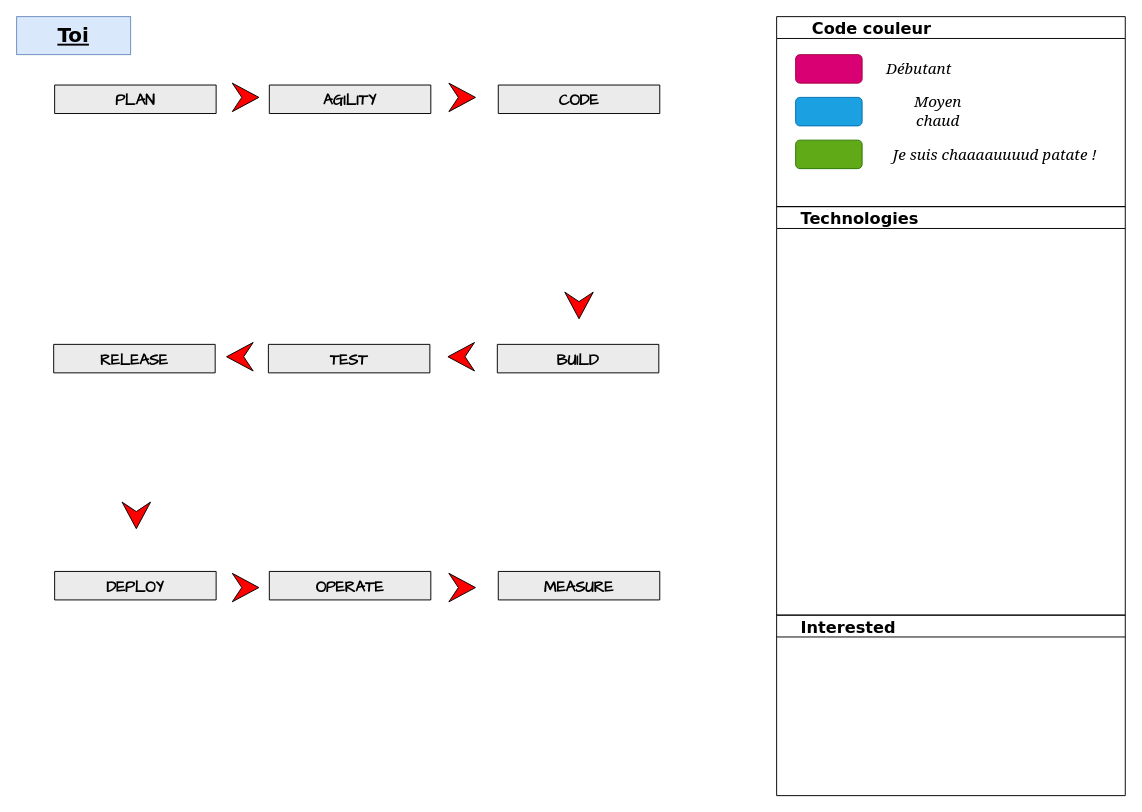
Before: skills.drawio in teolia/TeoSchool_skills, a draw.io diagram. Source tidied: cells renumbered, new cells numbered last; positions are measured from the earlier drawing's top-left corner, leaving out a move shared by most shapes. Both pictures are drawn from the tidied source at 95%, with x=0, y=0 at pixel (16, 16).
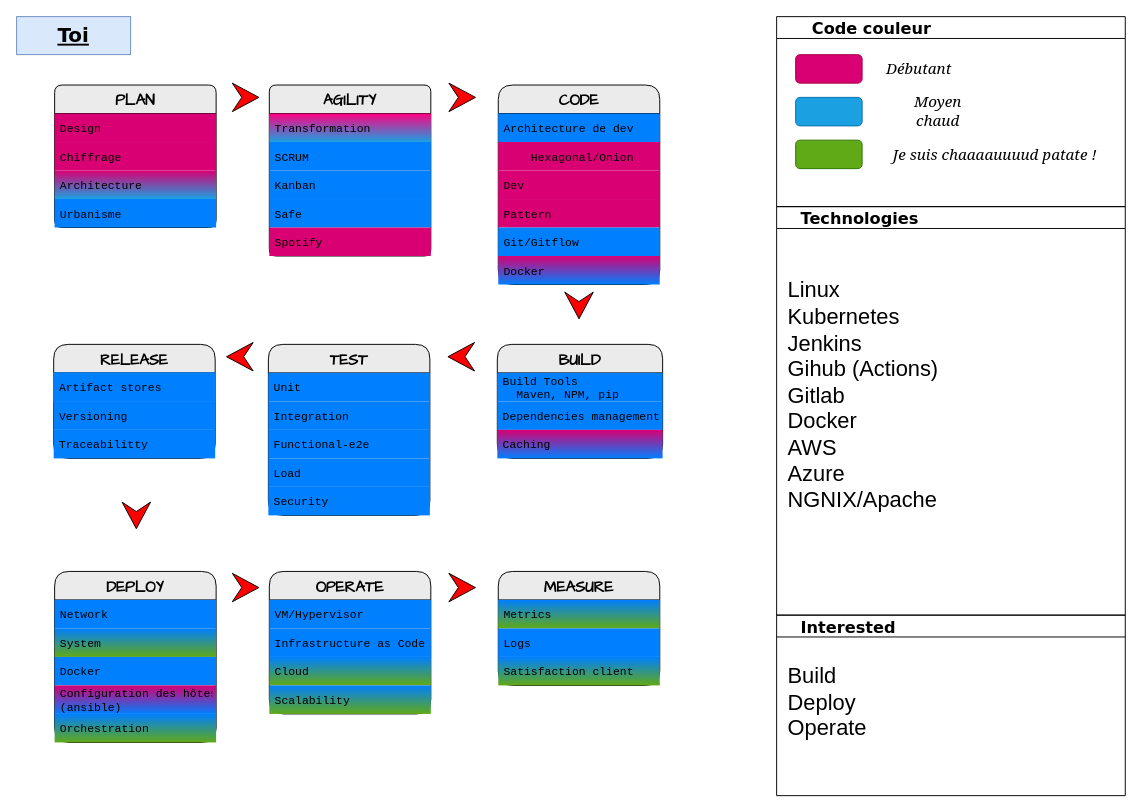
After the change.

Commit message:
Mettre à jour skills.drawio

Unchanged cells that the change refers to:
```xml
<mxCell id="27" value="    Technologies" style="swimlane;rounded=0;labelBackgroundColor=none;sketch=0;fontFamily=Verdana;fontSize=17;fontColor=#000000;fillColor=none;align=left;" parent="1" vertex="1">
  <mxGeometry x="800" y="200" width="367" height="430" as="geometry" />
</mxCell>
<mxCell id="28" value="    Interested" style="swimlane;rounded=0;labelBackgroundColor=none;sketch=0;fontFamily=Verdana;fontSize=17;fontColor=#000000;fillColor=none;align=left;" parent="1" vertex="1">
  <mxGeometry x="800" y="630" width="367" height="190" as="geometry" />
</mxCell>
```

Diff of the diagram source:
```diff
@@
-    <mxCell id="3" value="PLAN" style="swimlane;fontStyle=1;horizontal=1;startSize=30;fontFamily=Comic Sans MS;rounded=1;arcSize=9;labelBackgroundColor=none;fillColor=#EBEBEB;fontSize=16;" parent="1" vertex="1" collapsed="1">
-      <mxGeometry x="40" y="72" width="170" height="30" as="geometry" />
+    <mxCell id="3" value="PLAN" style="swimlane;fontStyle=1;horizontal=1;startSize=30;fontFamily=Comic Sans MS;rounded=1;arcSize=9;labelBackgroundColor=none;fillColor=#EBEBEB;fontSize=16;" parent="1" vertex="1">
+      <mxGeometry x="40" y="72" width="170" height="150" as="geometry" />
     </mxCell>
+    <mxCell id="29" value="Design" style="text;align=left;verticalAlign=middle;spacingLeft=4;spacingRight=4;overflow=hidden;fontFamily=Courier New;fillColor=#D80073;" parent="3" vertex="1">
+      <mxGeometry y="30" width="170" height="30" as="geometry" />
+    </mxCell>
+    <mxCell id="30" value="Chiffrage" style="text;align=left;verticalAlign=middle;spacingLeft=4;spacingRight=4;overflow=hidden;fontFamily=Courier New;fillColor=#D80073;" parent="3" vertex="1">
+      <mxGeometry y="60" width="170" height="30" as="geometry" />
+    </mxCell>
+    <mxCell id="31" value="Architecture" style="text;align=left;verticalAlign=middle;spacingLeft=4;spacingRight=4;overflow=hidden;fontFamily=Courier New;fillColor=#D80073;gradientColor=#1BA1E2;" parent="3" vertex="1">
+      <mxGeometry y="90" width="170" height="30" as="geometry" />
+    </mxCell>
+    <mxCell id="32" value="Urbanisme" style="text;strokeColor=none;fillColor=#007FFF;align=left;verticalAlign=middle;spacingLeft=4;spacingRight=4;overflow=hidden;fontFamily=Courier New;" parent="3" vertex="1">
+      <mxGeometry y="120" width="170" height="30" as="geometry" />
+    </mxCell>
-    <mxCell id="4" value="AGILITY" style="swimlane;fontStyle=1;horizontal=1;startSize=30;fontFamily=Comic Sans MS;rounded=1;arcSize=8;labelBackgroundColor=none;fillColor=#EBEBEB;fontSize=16;" parent="1" vertex="1" collapsed="1">
-      <mxGeometry x="266" y="72" width="170" height="30" as="geometry" />
+    <mxCell id="4" value="AGILITY" style="swimlane;fontStyle=1;horizontal=1;startSize=30;fontFamily=Comic Sans MS;rounded=1;arcSize=8;labelBackgroundColor=none;fillColor=#EBEBEB;fontSize=16;" parent="1" vertex="1">
+      <mxGeometry x="266" y="72" width="170" height="180" as="geometry" />
     </mxCell>
+    <mxCell id="33" value="Transformation" style="text;align=left;verticalAlign=middle;spacingLeft=4;spacingRight=4;overflow=hidden;fontFamily=Courier New;fillColor=#FF0080;gradientColor=#1BA1E2;" parent="4" vertex="1">
+      <mxGeometry y="30" width="170" height="30" as="geometry" />
+    </mxCell>
+    <mxCell id="34" value="SCRUM" style="text;strokeColor=none;fillColor=#007FFF;align=left;verticalAlign=middle;spacingLeft=4;spacingRight=4;overflow=hidden;fontFamily=Courier New;" parent="4" vertex="1">
+      <mxGeometry y="60" width="170" height="30" as="geometry" />
+    </mxCell>
+    <mxCell id="35" value="Kanban" style="text;strokeColor=none;fillColor=#007FFF;align=left;verticalAlign=middle;spacingLeft=4;spacingRight=4;overflow=hidden;fontFamily=Courier New;" parent="4" vertex="1">
+      <mxGeometry y="90" width="170" height="30" as="geometry" />
+    </mxCell>
+    <mxCell id="36" value="Safe" style="text;strokeColor=none;fillColor=#007FFF;align=left;verticalAlign=middle;spacingLeft=4;spacingRight=4;overflow=hidden;fontFamily=Courier New;" parent="4" vertex="1">
+      <mxGeometry y="120" width="170" height="30" as="geometry" />
+    </mxCell>
+    <mxCell id="37" value="Spotify" style="text;strokeColor=none;fillColor=#D80073;align=left;verticalAlign=middle;spacingLeft=4;spacingRight=4;overflow=hidden;fontFamily=Courier New;" parent="4" vertex="1">
+      <mxGeometry y="150" width="170" height="30" as="geometry" />
+    </mxCell>
-    <mxCell id="5" value="CODE" style="swimlane;fontStyle=1;horizontal=1;startSize=30;fontFamily=Comic Sans MS;rounded=1;arcSize=17;labelBackgroundColor=none;fillColor=#EBEBEB;fontSize=16;" parent="1" vertex="1" collapsed="1">
-      <mxGeometry x="507" y="72" width="170" height="30" as="geometry" />
+    <mxCell id="5" value="CODE" style="swimlane;fontStyle=1;horizontal=1;startSize=30;fontFamily=Comic Sans MS;rounded=1;arcSize=17;labelBackgroundColor=none;fillColor=#EBEBEB;fontSize=16;" parent="1" vertex="1">
+      <mxGeometry x="507" y="72" width="170" height="210" as="geometry" />
     </mxCell>
+    <mxCell id="38" value="Architecture de dev" style="text;align=left;verticalAlign=middle;spacingLeft=4;spacingRight=4;overflow=hidden;fontFamily=Courier New;fillColor=#007FFF;" parent="5" vertex="1">
+      <mxGeometry y="30" width="170" height="30" as="geometry" />
+    </mxCell>
+    <mxCell id="39" value="    Hexagonal/Onion" style="text;strokeColor=none;fillColor=#D80073;align=left;verticalAlign=middle;spacingLeft=4;spacingRight=4;overflow=hidden;fontFamily=Courier New;" parent="5" vertex="1">
+      <mxGeometry y="60" width="170" height="30" as="geometry" />
+    </mxCell>
+    <mxCell id="40" value="Dev" style="text;strokeColor=none;fillColor=#D80073;align=left;verticalAlign=middle;spacingLeft=4;spacingRight=4;overflow=hidden;fontFamily=Courier New;" parent="5" vertex="1">
+      <mxGeometry y="90" width="170" height="30" as="geometry" />
+    </mxCell>
+    <mxCell id="41" value="Pattern" style="text;strokeColor=none;fillColor=#D80073;align=left;verticalAlign=middle;spacingLeft=4;spacingRight=4;overflow=hidden;fontFamily=Courier New;" parent="5" vertex="1">
+      <mxGeometry y="120" width="170" height="30" as="geometry" />
+    </mxCell>
+    <mxCell id="42" value="Git/Gitflow" style="text;strokeColor=none;fillColor=#007FFF;align=left;verticalAlign=middle;spacingLeft=4;spacingRight=4;overflow=hidden;fontFamily=Courier New;" parent="5" vertex="1">
+      <mxGeometry y="150" width="170" height="30" as="geometry" />
+    </mxCell>
+    <mxCell id="43" value="Docker" style="text;strokeColor=none;fillColor=#D80073;align=left;verticalAlign=middle;spacingLeft=4;spacingRight=4;overflow=hidden;fontFamily=Courier New;gradientColor=#007FFF;" parent="5" vertex="1">
+      <mxGeometry y="180" width="170" height="30" as="geometry" />
+    </mxCell>
@@
-    <mxCell id="8" value="RELEASE" style="swimlane;fontStyle=1;horizontal=1;startSize=30;fontFamily=Comic Sans MS;rounded=1;arcSize=17;labelBackgroundColor=none;fillColor=#EBEBEB;fontSize=16;" parent="1" vertex="1" collapsed="1">
-      <mxGeometry x="39" y="345" width="170" height="30" as="geometry" />
+    <mxCell id="8" value="RELEASE" style="swimlane;fontStyle=1;horizontal=1;startSize=30;fontFamily=Comic Sans MS;rounded=1;arcSize=17;labelBackgroundColor=none;fillColor=#EBEBEB;fontSize=16;" parent="1" vertex="1">
+      <mxGeometry x="39" y="345" width="170" height="120" as="geometry" />
     </mxCell>
+    <mxCell id="44" value="Artifact stores" style="text;align=left;verticalAlign=middle;spacingLeft=4;spacingRight=4;overflow=hidden;fontFamily=Courier New;strokeColor=#007FFF;fillColor=#007FFF;" parent="8" vertex="1">
+      <mxGeometry y="30" width="170" height="30" as="geometry" />
+    </mxCell>
+    <mxCell id="45" value="Versioning" style="text;strokeColor=none;fillColor=#007FFF;align=left;verticalAlign=middle;spacingLeft=4;spacingRight=4;overflow=hidden;fontFamily=Courier New;" parent="8" vertex="1">
+      <mxGeometry y="60" width="170" height="30" as="geometry" />
+    </mxCell>
+    <mxCell id="46" value="Traceabilitty" style="text;strokeColor=none;fillColor=#007FFF;align=left;verticalAlign=middle;spacingLeft=4;spacingRight=4;overflow=hidden;fontFamily=Courier New;" parent="8" vertex="1">
+      <mxGeometry y="90" width="170" height="30" as="geometry" />
+    </mxCell>
-    <mxCell id="9" value="TEST" style="swimlane;fontStyle=1;horizontal=1;startSize=30;fontFamily=Comic Sans MS;rounded=1;arcSize=17;labelBackgroundColor=none;fillColor=#EBEBEB;fontSize=16;" parent="1" vertex="1" collapsed="1">
-      <mxGeometry x="265" y="345" width="170" height="30" as="geometry" />
+    <mxCell id="9" value="TEST" style="swimlane;fontStyle=1;horizontal=1;startSize=30;fontFamily=Comic Sans MS;rounded=1;arcSize=17;labelBackgroundColor=none;fillColor=#EBEBEB;fontSize=16;" parent="1" vertex="1">
+      <mxGeometry x="265" y="345" width="170" height="180" as="geometry" />
     </mxCell>
+    <mxCell id="47" value="Unit" style="text;align=left;verticalAlign=middle;spacingLeft=4;spacingRight=4;overflow=hidden;fontFamily=Courier New;fillColor=#007FFF;" parent="9" vertex="1">
+      <mxGeometry y="30" width="170" height="30" as="geometry" />
+    </mxCell>
+    <mxCell id="48" value="Integration" style="text;strokeColor=none;fillColor=#007FFF;align=left;verticalAlign=middle;spacingLeft=4;spacingRight=4;overflow=hidden;fontFamily=Courier New;" parent="9" vertex="1">
+      <mxGeometry y="60" width="170" height="30" as="geometry" />
+    </mxCell>
+    <mxCell id="49" value="Functional-e2e" style="text;strokeColor=none;fillColor=#007FFF;align=left;verticalAlign=middle;spacingLeft=4;spacingRight=4;overflow=hidden;fontFamily=Courier New;" parent="9" vertex="1">
+      <mxGeometry y="90" width="170" height="30" as="geometry" />
+    </mxCell>
+    <mxCell id="50" value="Load" style="text;strokeColor=none;fillColor=#007FFF;align=left;verticalAlign=middle;spacingLeft=4;spacingRight=4;overflow=hidden;fontFamily=Courier New;" parent="9" vertex="1">
+      <mxGeometry y="120" width="170" height="30" as="geometry" />
+    </mxCell>
+    <mxCell id="51" value="Security" style="text;strokeColor=none;fillColor=#007FFF;align=left;verticalAlign=middle;spacingLeft=4;spacingRight=4;overflow=hidden;fontFamily=Courier New;" parent="9" vertex="1">
+      <mxGeometry y="150" width="170" height="30" as="geometry" />
+    </mxCell>
-    <mxCell id="10" value="BUILD" style="swimlane;fontStyle=1;horizontal=1;startSize=30;fontFamily=Comic Sans MS;rounded=1;arcSize=17;labelBackgroundColor=none;fillColor=#EBEBEB;fontSize=16;" parent="1" vertex="1" collapsed="1">
-      <mxGeometry x="506" y="345" width="170" height="30" as="geometry" />
+    <mxCell id="10" value="BUILD" style="swimlane;fontStyle=1;horizontal=1;startSize=30;fontFamily=Comic Sans MS;rounded=1;arcSize=17;labelBackgroundColor=none;fillColor=#EBEBEB;fontSize=16;" parent="1" vertex="1">
+      <mxGeometry x="506" y="345" width="174" height="120" as="geometry" />
     </mxCell>
+    <mxCell id="52" value="Build Tools&#10;  Maven, NPM, pip" style="text;align=left;verticalAlign=middle;spacingLeft=4;spacingRight=4;overflow=hidden;fontFamily=Courier New;fillColor=#007FFF;" parent="10" vertex="1">
+      <mxGeometry y="30" width="174" height="30" as="geometry" />
+    </mxCell>
+    <mxCell id="53" value="Dependencies management" style="text;strokeColor=none;fillColor=#007FFF;align=left;verticalAlign=middle;spacingLeft=4;spacingRight=4;overflow=hidden;fontFamily=Courier New;" parent="10" vertex="1">
+      <mxGeometry y="60" width="174" height="30" as="geometry" />
+    </mxCell>
+    <mxCell id="54" value="Caching" style="text;strokeColor=none;fillColor=#D80073;align=left;verticalAlign=middle;spacingLeft=4;spacingRight=4;overflow=hidden;fontFamily=Courier New;gradientColor=#007FFF;" parent="10" vertex="1">
+      <mxGeometry y="90" width="174" height="30" as="geometry" />
+    </mxCell>
-    <mxCell id="11" value="DEPLOY" style="swimlane;fontStyle=1;horizontal=1;startSize=30;fontFamily=Comic Sans MS;rounded=1;arcSize=17;labelBackgroundColor=none;fillColor=#EBEBEB;fontSize=16;" parent="1" vertex="1" collapsed="1">
-      <mxGeometry x="40" y="584" width="170" height="30" as="geometry" />
+    <mxCell id="11" value="DEPLOY" style="swimlane;fontStyle=1;horizontal=1;startSize=30;fontFamily=Comic Sans MS;rounded=1;arcSize=17;labelBackgroundColor=none;fillColor=#EBEBEB;fontSize=16;" parent="1" vertex="1">
+      <mxGeometry x="40" y="584" width="170" height="180" as="geometry" />
     </mxCell>
+    <mxCell id="55" value="Network" style="text;align=left;verticalAlign=middle;spacingLeft=4;spacingRight=4;overflow=hidden;fontFamily=Courier New;fillColor=#007FFF;" parent="11" vertex="1">
+      <mxGeometry y="30" width="170" height="30" as="geometry" />
+    </mxCell>
+    <mxCell id="56" value="System" style="text;strokeColor=none;fillColor=#007FFF;align=left;verticalAlign=middle;spacingLeft=4;spacingRight=4;overflow=hidden;fontFamily=Courier New;gradientColor=#60A917;" parent="11" vertex="1">
+      <mxGeometry y="60" width="170" height="30" as="geometry" />
+    </mxCell>
+    <mxCell id="57" value="Docker" style="text;strokeColor=none;fillColor=#007FFF;align=left;verticalAlign=middle;spacingLeft=4;spacingRight=4;overflow=hidden;fontFamily=Courier New;" parent="11" vertex="1">
+      <mxGeometry y="90" width="170" height="30" as="geometry" />
+    </mxCell>
+    <mxCell id="58" value="Configuration des hôtes&#10;(ansible)" style="text;strokeColor=none;fillColor=#D80073;align=left;verticalAlign=middle;spacingLeft=4;spacingRight=4;overflow=hidden;fontFamily=Courier New;gradientColor=#007FFF;" parent="11" vertex="1">
+      <mxGeometry y="120" width="170" height="30" as="geometry" />
+    </mxCell>
+    <mxCell id="59" value="Orchestration" style="text;strokeColor=none;fillColor=#007FFF;align=left;verticalAlign=middle;spacingLeft=4;spacingRight=4;overflow=hidden;fontFamily=Courier New;gradientColor=#60A917;" parent="11" vertex="1">
+      <mxGeometry y="150" width="170" height="30" as="geometry" />
+    </mxCell>
-    <mxCell id="12" value="OPERATE" style="swimlane;fontStyle=1;horizontal=1;startSize=30;fontFamily=Comic Sans MS;rounded=1;arcSize=17;labelBackgroundColor=none;fillColor=#EBEBEB;fontSize=16;" parent="1" vertex="1" collapsed="1">
-      <mxGeometry x="266" y="584" width="170" height="30" as="geometry" />
+    <mxCell id="12" value="OPERATE" style="swimlane;fontStyle=1;horizontal=1;startSize=30;fontFamily=Comic Sans MS;rounded=1;arcSize=17;labelBackgroundColor=none;fillColor=#EBEBEB;fontSize=16;" parent="1" vertex="1">
+      <mxGeometry x="266" y="584" width="170" height="150" as="geometry" />
     </mxCell>
+    <mxCell id="60" value="VM/Hypervisor" style="text;align=left;verticalAlign=middle;spacingLeft=4;spacingRight=4;overflow=hidden;fontFamily=Courier New;fillColor=#007FFF;" parent="12" vertex="1">
+      <mxGeometry y="30" width="170" height="30" as="geometry" />
+    </mxCell>
+    <mxCell id="61" value="Infrastructure as Code" style="text;strokeColor=none;fillColor=#007FFF;align=left;verticalAlign=middle;spacingLeft=4;spacingRight=4;overflow=hidden;fontFamily=Courier New;" parent="12" vertex="1">
+      <mxGeometry y="60" width="170" height="30" as="geometry" />
+    </mxCell>
+    <mxCell id="62" value="Cloud" style="text;strokeColor=none;fillColor=#007FFF;align=left;verticalAlign=middle;spacingLeft=4;spacingRight=4;overflow=hidden;fontFamily=Courier New;gradientColor=#60A917;" parent="12" vertex="1">
+      <mxGeometry y="90" width="170" height="30" as="geometry" />
+    </mxCell>
+    <mxCell id="63" value="Scalability" style="text;strokeColor=none;fillColor=#007FFF;align=left;verticalAlign=middle;spacingLeft=4;spacingRight=4;overflow=hidden;fontFamily=Courier New;gradientColor=#60A917;" parent="12" vertex="1">
+      <mxGeometry y="120" width="170" height="30" as="geometry" />
+    </mxCell>
-    <mxCell id="13" value="MEASURE" style="swimlane;fontStyle=1;horizontal=1;startSize=30;fontFamily=Comic Sans MS;rounded=1;arcSize=17;labelBackgroundColor=none;fillColor=#EBEBEB;fontSize=16;" parent="1" vertex="1" collapsed="1">
-      <mxGeometry x="507" y="584" width="170" height="30" as="geometry" />
+    <mxCell id="13" value="MEASURE" style="swimlane;fontStyle=1;horizontal=1;startSize=30;fontFamily=Comic Sans MS;rounded=1;arcSize=17;labelBackgroundColor=none;fillColor=#EBEBEB;fontSize=16;" parent="1" vertex="1">
+      <mxGeometry x="507" y="584" width="170" height="120" as="geometry" />
     </mxCell>
+    <mxCell id="64" value="Metrics" style="text;align=left;verticalAlign=middle;spacingLeft=4;spacingRight=4;overflow=hidden;fontFamily=Courier New;fillColor=#007FFF;gradientColor=#60A917;" parent="13" vertex="1">
+      <mxGeometry y="30" width="170" height="30" as="geometry" />
+    </mxCell>
+    <mxCell id="65" value="Logs" style="text;strokeColor=none;fillColor=#007FFF;align=left;verticalAlign=middle;spacingLeft=4;spacingRight=4;overflow=hidden;fontFamily=Courier New;" parent="13" vertex="1">
+      <mxGeometry y="60" width="170" height="30" as="geometry" />
+    </mxCell>
+    <mxCell id="66" value="Satisfaction client" style="text;strokeColor=none;fillColor=#007FFF;align=left;verticalAlign=middle;spacingLeft=4;spacingRight=4;overflow=hidden;fontFamily=Courier New;gradientColor=#60A917;" parent="13" vertex="1">
+      <mxGeometry y="90" width="170" height="30" as="geometry" />
+    </mxCell>
@@
+    <mxCell id="67" value="&lt;div style=&quot;font-size: 23px;&quot;&gt;&lt;span style=&quot;background-color: initial; font-size: 23px;&quot;&gt;Linux&lt;/span&gt;&lt;/div&gt;&lt;div style=&quot;font-size: 23px;&quot;&gt;&lt;span style=&quot;background-color: initial; font-size: 23px;&quot;&gt;Kubernetes&lt;/span&gt;&lt;/div&gt;&lt;div style=&quot;font-size: 23px;&quot;&gt;&lt;span style=&quot;background-color: initial; font-size: 23px;&quot;&gt;Jenkins&lt;/span&gt;&lt;/div&gt;&lt;div style=&quot;font-size: 23px;&quot;&gt;&lt;span style=&quot;background-color: initial; font-size: 23px;&quot;&gt;Gihub (Actions)&lt;/span&gt;&lt;/div&gt;&lt;div style=&quot;font-size: 23px;&quot;&gt;&lt;span style=&quot;background-color: initial; font-size: 23px;&quot;&gt;Gitlab&lt;/span&gt;&lt;/div&gt;&lt;div style=&quot;font-size: 23px;&quot;&gt;&lt;span style=&quot;background-color: initial; font-size: 23px;&quot;&gt;Docker&lt;/span&gt;&lt;/div&gt;&lt;div style=&quot;font-size: 23px;&quot;&gt;&lt;span style=&quot;background-color: initial; font-size: 23px;&quot;&gt;AWS&lt;/span&gt;&lt;/div&gt;&lt;div style=&quot;font-size: 23px;&quot;&gt;&lt;span style=&quot;background-color: initial; font-size: 23px;&quot;&gt;Azure&lt;/span&gt;&lt;/div&gt;&lt;div style=&quot;font-size: 23px;&quot;&gt;&lt;span style=&quot;background-color: initial; font-size: 23px;&quot;&gt;NGNIX/Apache&lt;/span&gt;&lt;/div&gt;" style="text;html=1;strokeColor=none;fillColor=none;align=left;verticalAlign=middle;whiteSpace=wrap;rounded=0;fontSize=23;" parent="27" vertex="1">
+      <mxGeometry x="10" y="47" width="270" height="303" as="geometry" />
+    </mxCell>
@@
+    <mxCell id="68" value="Build&lt;br&gt;Deploy&lt;br&gt;Operate" style="text;html=1;strokeColor=none;fillColor=none;align=left;verticalAlign=middle;whiteSpace=wrap;rounded=0;fontSize=23;" parent="28" vertex="1">
+      <mxGeometry x="10" y="44" width="270" height="96" as="geometry" />
+    </mxCell>
```
